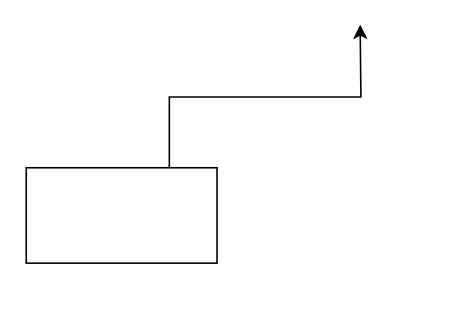
The draw.io diagram 未命名绘图.drawio in xutengx/drawio, before the edit. Source tidied: cells renumbered, new cells numbered last; positions are measured from the earlier drawing's top-left corner, leaving out a move shared by most shapes. Both pictures are drawn from the tidied source at 159%, with x=0, y=0 at pixel (25, 24).
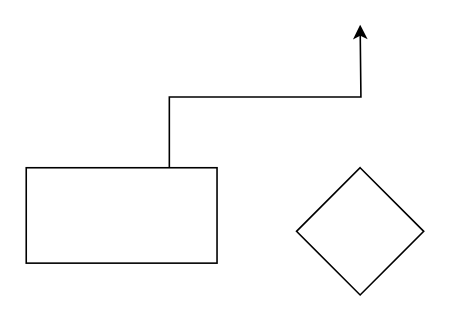
After the change.

Commit message:
更新未命名绘图.drawio

Diff of the diagram source:
```diff
@@
 <mxGraphModel>
   <root>
     <mxCell id="0" />
     <mxCell id="1" parent="0" />
     <mxCell id="2" style="edgeStyle=orthogonalEdgeStyle;rounded=0;jettySize=auto;html=1;exitX=0.75;exitY=0;exitDx=0;exitDy=0;" parent="1" edge="1" source="3">
       <mxGeometry relative="1" as="geometry">
         <mxPoint x="210" as="targetPoint" />
       </mxGeometry>
     </mxCell>
     <mxCell id="3" style="rounded=0;whiteSpace=wrap;html=1;" parent="1" vertex="1">
       <mxGeometry y="90" width="120" height="60" as="geometry" />
     </mxCell>
+    <mxCell id="4" style="rhombus;whiteSpace=wrap;html=1;" parent="1" vertex="1">
+      <mxGeometry x="170" y="90" width="80" height="80" as="geometry" />
+    </mxCell>
   </root>
 </mxGraphModel>
```
